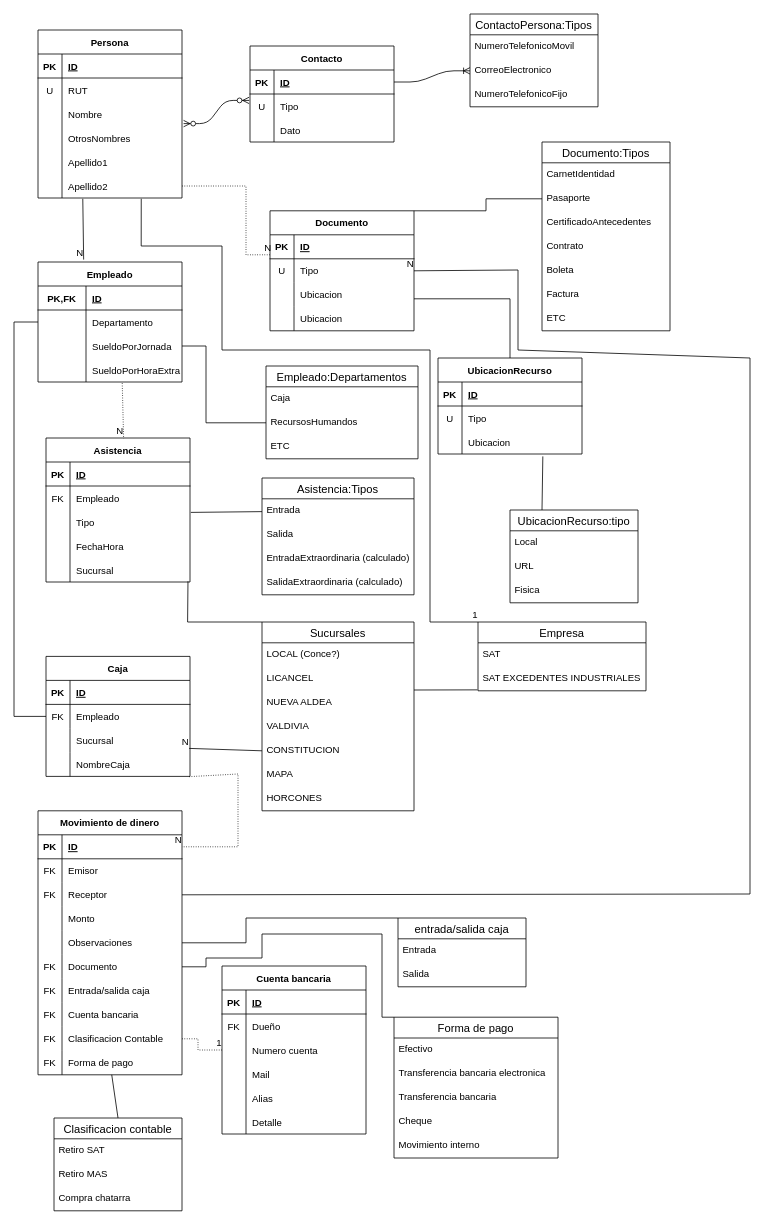
aaroncruces/proyectosat keeps this draw.io diagram as erd.drawio. Above is the earlier version. Source tidied: cells renumbered, new cells numbered last; positions are measured from the earlier drawing's top-left corner, leaving out a move shared by most shapes. Both pictures are drawn from the tidied source at 80%, with x=0, y=0 at pixel (14, 14).
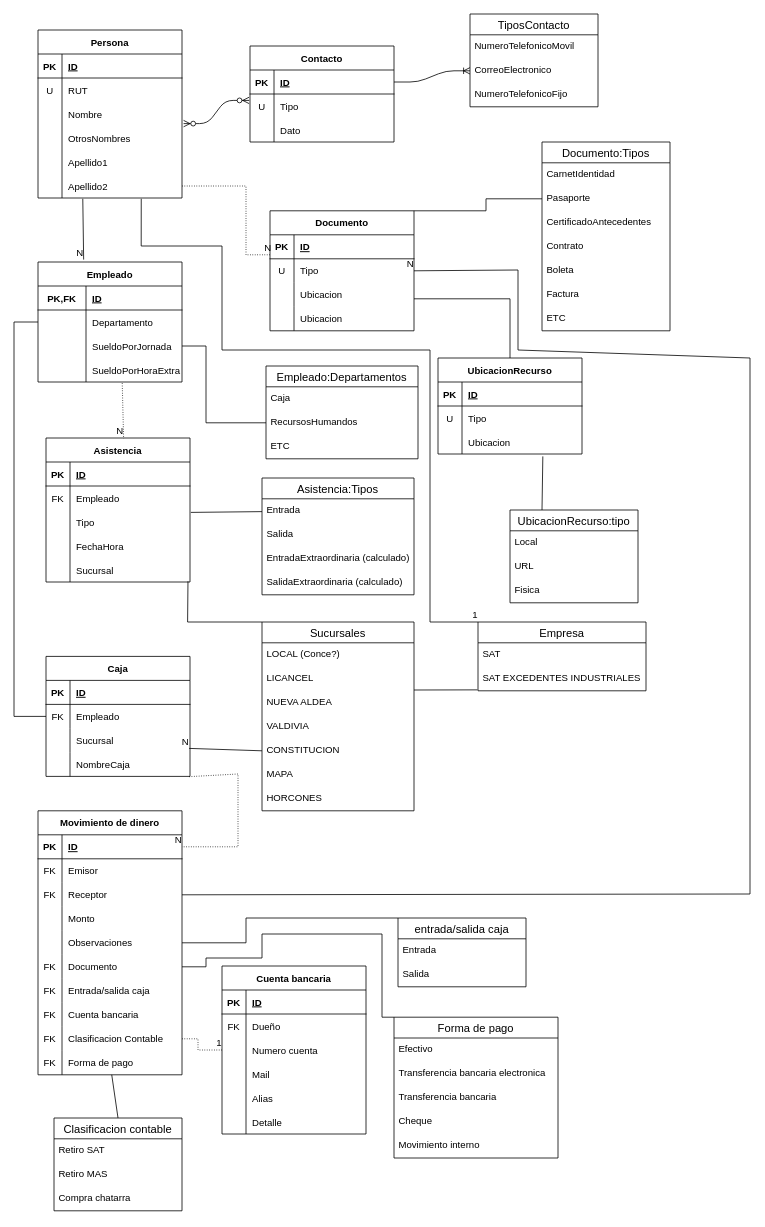
The same page after the edit.

Commit message (it also covers changes not shown here):
actualizacion erd y sql

What changed in the source:
```diff
@@
-    <mxCell id="31" value="ContactoPersona:Tipos" style="swimlane;fontStyle=0;horizontal=1;startSize=26;align=center;fontSize=14;" parent="1" vertex="1">
+    <mxCell id="31" value="TiposContacto" style="swimlane;fontStyle=0;horizontal=1;startSize=26;align=center;fontSize=14;" parent="1" vertex="1">
       <mxGeometry x="570" width="160" height="116" as="geometry" />
     </mxCell>
```
